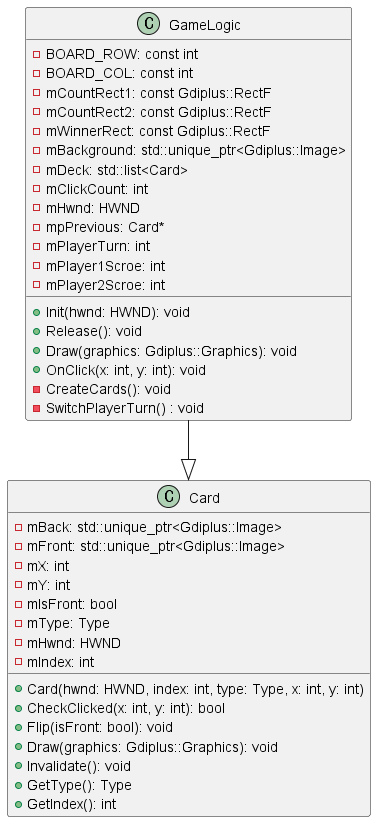
Above: out/Memory_Game/Memory_Game.png in river-zero/Memory_Game (PlantUML), before the change. Source of this version:
```plantuml
@startuml

class GameLogic {
  - BOARD_ROW: const int
  - BOARD_COL: const int
  - mCountRect1: const Gdiplus::RectF
  - mCountRect2: const Gdiplus::RectF
  - mWinnerRect: const Gdiplus::RectF
  - mBackground: std::unique_ptr<Gdiplus::Image>
  - mDeck: std::list<Card>
  - mClickCount: int
  - mHwnd: HWND
  - mpPrevious: Card*
  - mPlayerTurn: int
  - mPlayer1Scroe: int
  - mPlayer2Scroe: int

  + Init(hwnd: HWND): void
  + Release(): void
  + Draw(graphics: Gdiplus::Graphics): void
  + OnClick(x: int, y: int): void
  - CreateCards(): void
  - SwitchPlayerTurn() : void
}

class Card {
  - mBack: std::unique_ptr<Gdiplus::Image>
  - mFront: std::unique_ptr<Gdiplus::Image>
  - mX: int
  - mY: int
  - mIsFront: bool
  - mType: Type
  - mHwnd: HWND
  - mIndex: int

  + Card(hwnd: HWND, index: int, type: Type, x: int, y: int)
  + CheckClicked(x: int, y: int): bool
  + Flip(isFront: bool): void
  + Draw(graphics: Gdiplus::Graphics): void
  + Invalidate(): void
  + GetType(): Type
  + GetIndex(): int
}

GameLogic --|> Card

@enduml
```
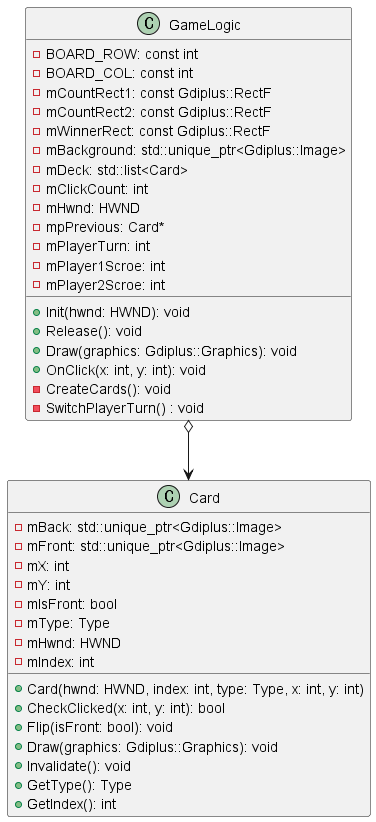
After the change.

Commit message:
수정: 클래스 설계도 이미지 수정

The edit, as a diff of the source:
```diff
@@ -42,6 +42,6 @@
   + GetIndex(): int
 }
 
-GameLogic --|> Card
+GameLogic o--> Card
 
 @enduml
```
